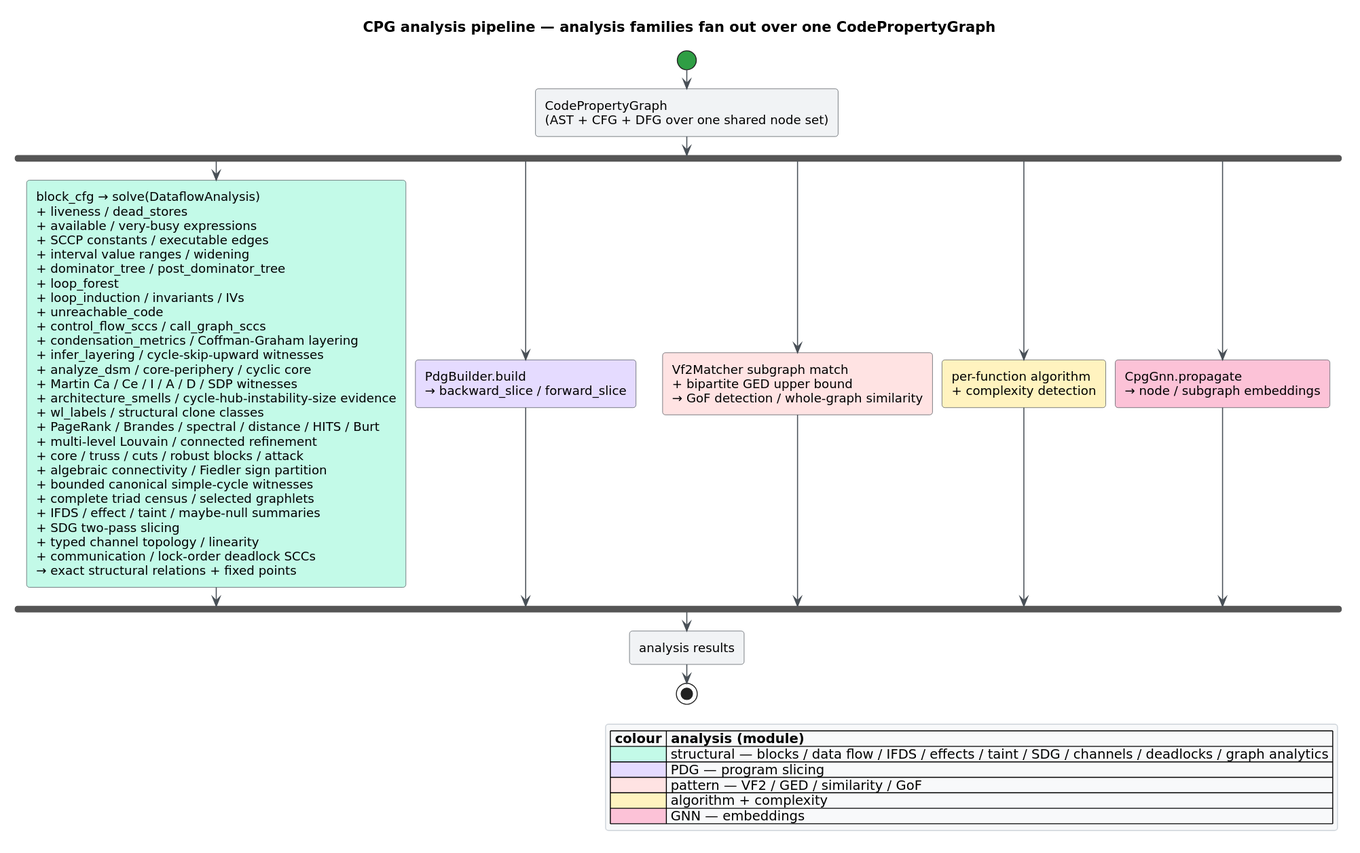
Above: docs/diagrams/analysis-pipeline.svg in vinary-tree/libcpg (PlantUML), before the change. Its source is kept beside it as docs/diagrams/analysis-pipeline.puml.
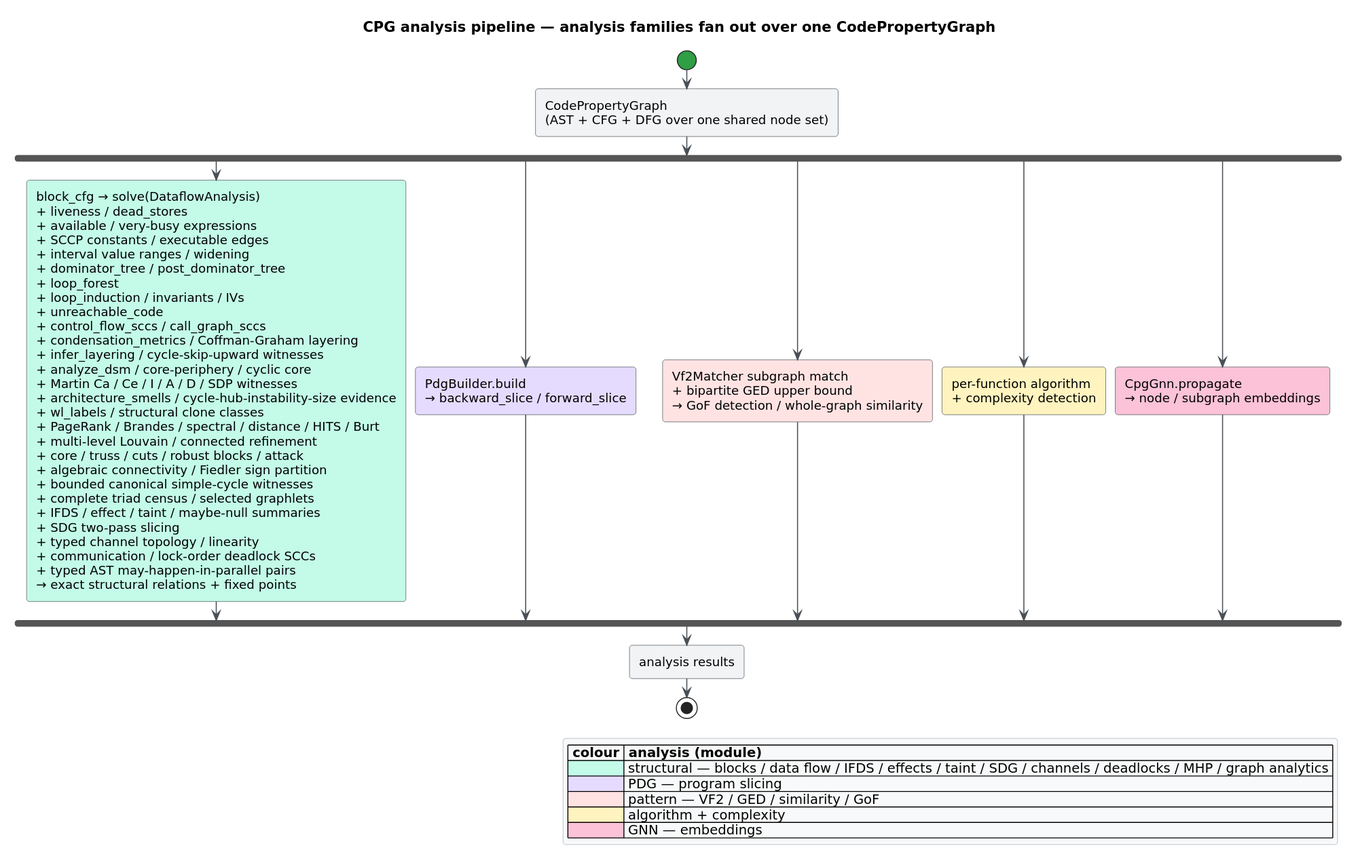
Later version of the same file.

The edit, as a diff of the source:
```diff
@@ -31,6 +31,7 @@
   + SDG two-pass slicing
   + typed channel topology / linearity
   + communication / lock-order deadlock SCCs
+  + typed AST may-happen-in-parallel pairs
   → exact structural relations + fixed points;<<#C3FAE8>>
 fork again
   :PdgBuilder.build
@@ -50,7 +51,7 @@
 stop
 legend right
   |= colour |= analysis (module) |
-  |<#C3FAE8>| structural — blocks / data flow / IFDS / effects / taint / SDG / channels / deadlocks / graph analytics |
+  |<#C3FAE8>| structural — blocks / data flow / IFDS / effects / taint / SDG / channels / deadlocks / MHP / graph analytics |
   |<#E5DBFF>| PDG — program slicing |
   |<#FFE3E3>| pattern — VF2 / GED / similarity / GoF |
   |<#FFF3BF>| algorithm + complexity |
```
